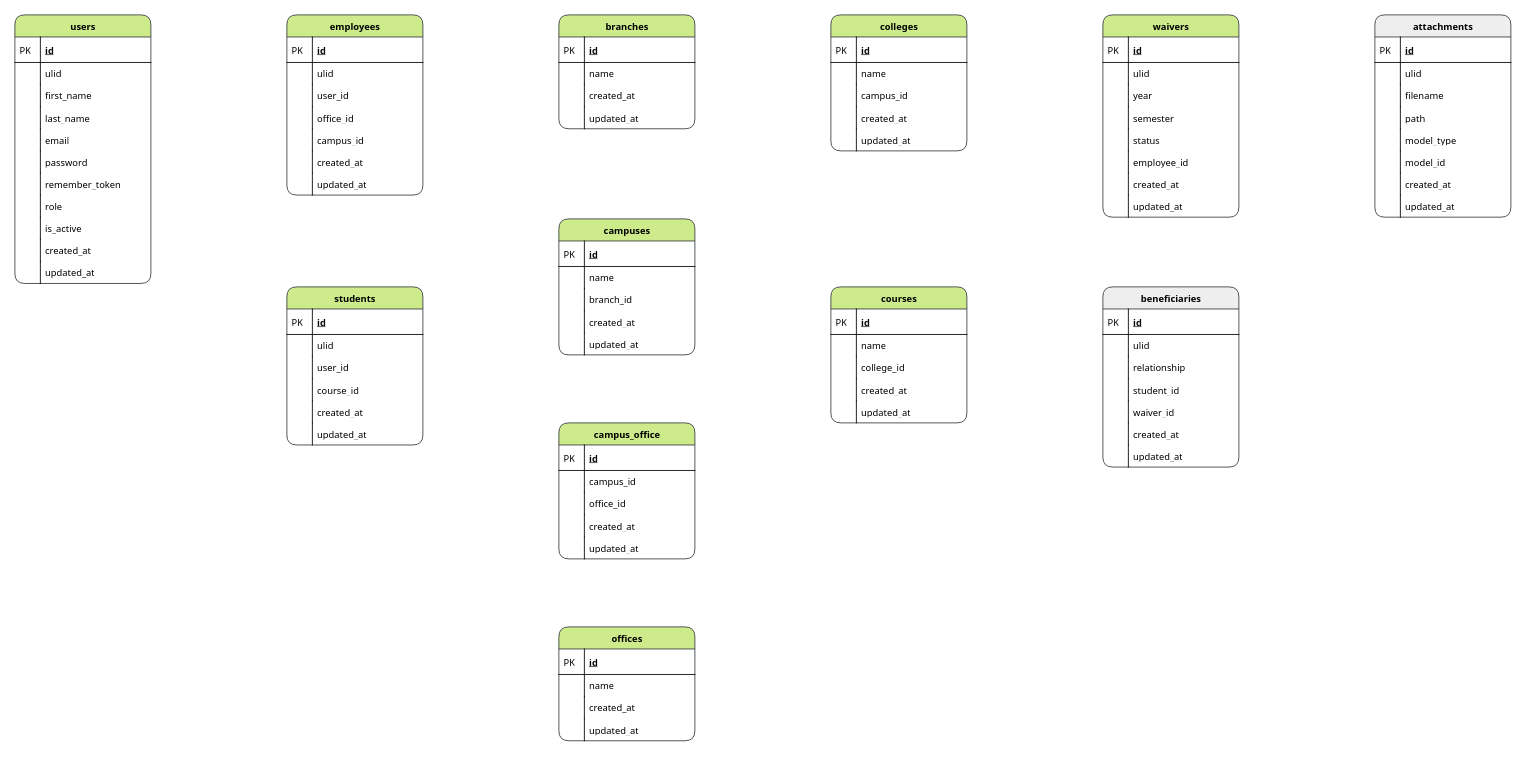
The draw.io diagram database/schema.drawio in ericamigo/um-vilt, before the edit. Source tidied: cells renumbered, new cells numbered last; positions are measured from the earlier drawing's top-left corner, leaving out a move shared by most shapes. Both pictures are drawn from the tidied source at 85%, with x=0, y=0 at pixel (14, 14).
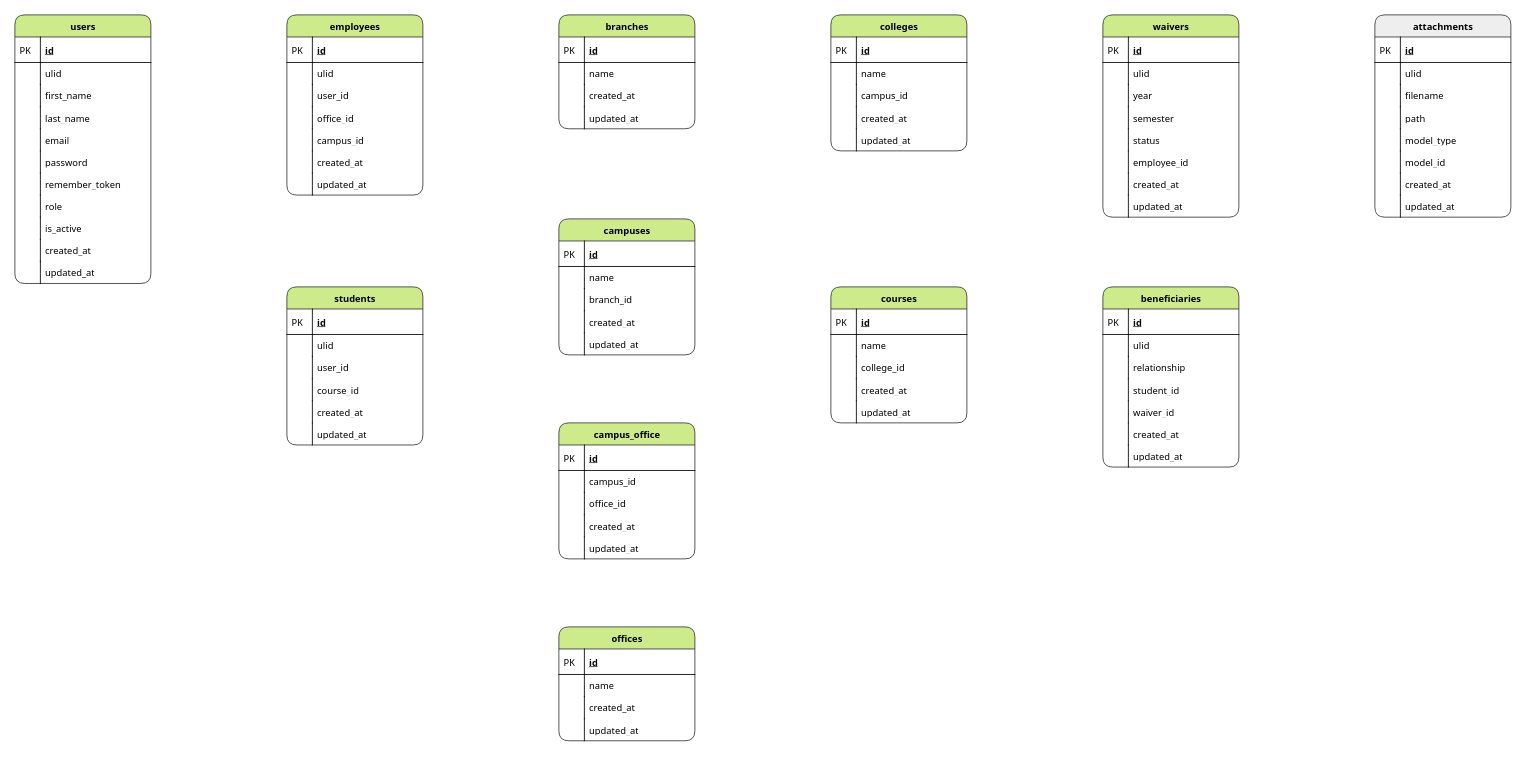
The same diagram, later.

The edit, as a diff of the source:
```diff
@@
-    <mxCell id="132" value="beneficiaries" style="swimlane;html=1;fontStyle=1;horizontal=1;startSize=26;fillColor=#eeeeee;swimlaneFillColor=#ffffff;align=center;rounded=1;shadow=0;comic=0;labelBackgroundColor=none;strokeWidth=1;fontFamily=Tahoma;fontSize=11;strokeColor=#36393d;" parent="1" vertex="1">
+    <mxCell id="132" value="beneficiaries" style="swimlane;html=1;fontStyle=1;horizontal=1;startSize=26;fillColor=#cdeb8b;swimlaneFillColor=#ffffff;align=center;rounded=1;shadow=0;comic=0;labelBackgroundColor=none;strokeWidth=1;fontFamily=Tahoma;fontSize=11;strokeColor=#36393d;" parent="1" vertex="1">
       <mxGeometry x="1280" y="320" width="160" height="212" as="geometry" />
     </mxCell>
```
